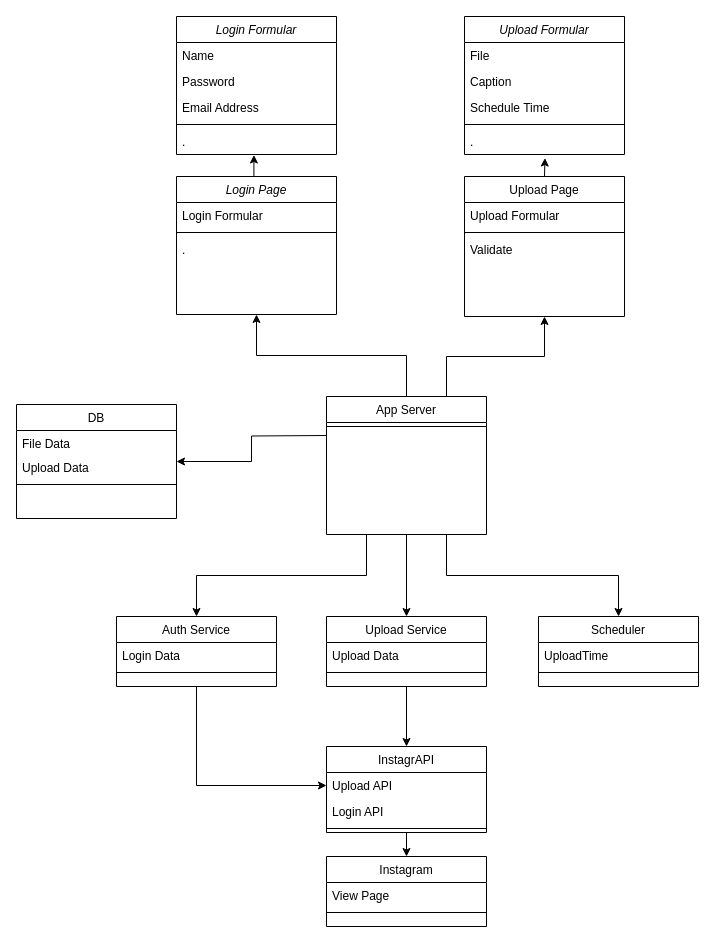
Before: komponenten.drawio in wi22215/Software-Engineering-Giesbrecht, a draw.io diagram. Source tidied: cells renumbered, new cells numbered last; positions are measured from the earlier drawing's top-left corner, leaving out a move shared by most shapes. Both pictures are drawn from the tidied source at 100%, with x=0, y=0 at pixel (16, 16).
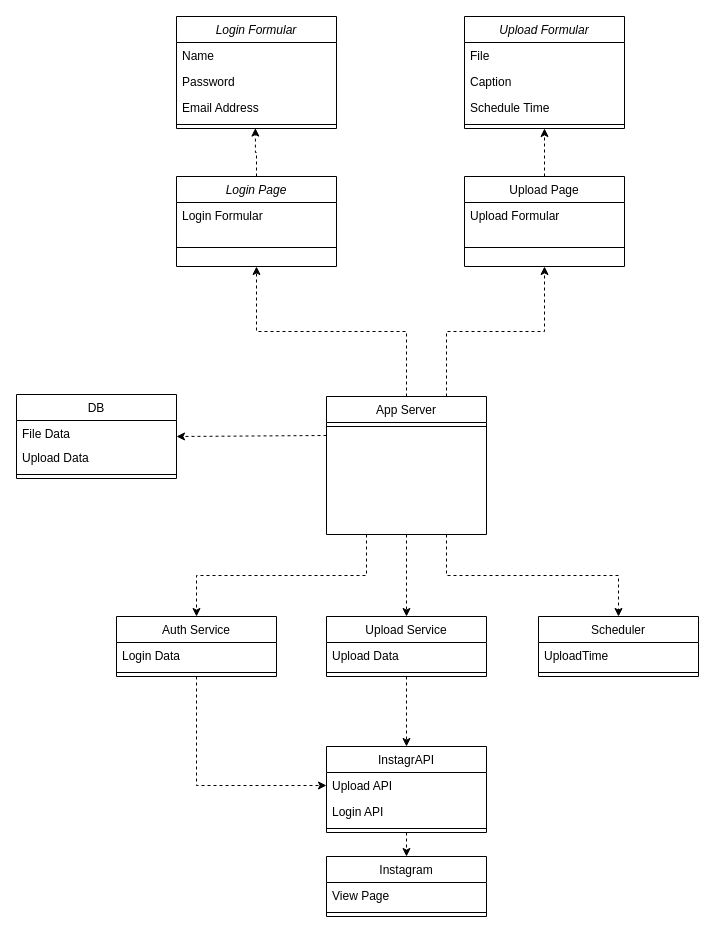
After the change.

Commit message:
komponenten diagramm updated

The change refers to these unchanged cells:
```xml
<mxCell id="11" value="App Server" style="swimlane;fontStyle=0;align=center;verticalAlign=top;horizontal=1;startSize=26;rounded=0;shadow=0;strokeWidth=1;" parent="1" vertex="1">
  <mxGeometry x="310" y="380" width="160" height="138" as="geometry" />
</mxCell>
<mxCell id="25" style="line;html=1;strokeWidth=1;align=left;verticalAlign=middle;spacingTop=-1;spacingLeft=3;spacingRight=3;labelPosition=right;points=[];portConstraint=eastwest;" parent="21" vertex="1">
  <mxGeometry y="104" width="160" height="8" as="geometry" />
</mxCell>
<mxCell id="41" value="InstagrAPI" style="swimlane;fontStyle=0;align=center;verticalAlign=top;horizontal=1;startSize=26;rounded=0;shadow=0;strokeWidth=1;" parent="1" vertex="1">
  <mxGeometry x="310" y="730" width="160" height="86" as="geometry" />
</mxCell>
<mxCell id="42" value="Upload API" style="text;align=left;verticalAlign=top;spacingLeft=4;spacingRight=4;overflow=hidden;points=[[0,0.5],[1,0.5]];portConstraint=eastwest;" parent="41" vertex="1">
  <mxGeometry y="26" width="160" height="26" as="geometry" />
</mxCell>
```

The edit, as a diff of the source:
```diff
@@
     <mxCell id="2" value="Login Page" style="swimlane;fontStyle=2;align=center;verticalAlign=top;horizontal=1;startSize=26;rounded=0;shadow=0;strokeWidth=1;" parent="1" vertex="1">
-      <mxGeometry x="160" y="160" width="160" height="138" as="geometry" />
+      <mxGeometry x="160" y="160" width="160" height="90" as="geometry" />
     </mxCell>
@@
     <mxCell id="4" style="line;html=1;strokeWidth=1;align=left;verticalAlign=middle;spacingTop=-1;spacingLeft=3;spacingRight=3;labelPosition=right;" parent="2" vertex="1">
-      <mxGeometry y="52" width="160" height="8" as="geometry" />
+      <mxGeometry y="52" width="160" height="38" as="geometry" />
     </mxCell>
-    <mxCell id="5" value="." style="text;align=left;verticalAlign=top;spacingLeft=4;spacingRight=4;overflow=hidden;" parent="2" vertex="1">
-      <mxGeometry y="60" width="160" height="26" as="geometry" />
-    </mxCell>
-    <mxCell id="6" style="edgeStyle=orthogonalEdgeStyle;rounded=0;jettySize=auto;html=1;exitX=0.5;exitY=0;exitDx=0;exitDy=0;entryX=0.5;entryY=1;entryDx=0;entryDy=0;" parent="1" edge="1" source="11" target="2">
+    <mxCell id="6" style="edgeStyle=orthogonalEdgeStyle;rounded=0;jettySize=auto;html=1;exitX=0.5;exitY=0;exitDx=0;exitDy=0;entryX=0.5;entryY=1;entryDx=0;entryDy=0;dashed=1;" parent="1" edge="1" source="11" target="2">
       <mxGeometry relative="1" as="geometry" />
     </mxCell>
-    <mxCell id="7" style="edgeStyle=orthogonalEdgeStyle;rounded=0;jettySize=auto;html=1;exitX=0.75;exitY=0;exitDx=0;exitDy=0;entryX=0.5;entryY=1;entryDx=0;entryDy=0;" parent="1" edge="1" source="11" target="17">
+    <mxCell id="7" style="edgeStyle=orthogonalEdgeStyle;rounded=0;jettySize=auto;html=1;exitX=0.75;exitY=0;exitDx=0;exitDy=0;entryX=0.5;entryY=1;entryDx=0;entryDy=0;dashed=1;" parent="1" edge="1" source="11" target="17">
       <mxGeometry relative="1" as="geometry" />
     </mxCell>
-    <mxCell id="8" style="edgeStyle=orthogonalEdgeStyle;rounded=0;jettySize=auto;html=1;exitX=0.25;exitY=1;exitDx=0;exitDy=0;entryX=0.5;entryY=0;entryDx=0;entryDy=0;" parent="1" edge="1" source="11" target="14">
+    <mxCell id="8" style="edgeStyle=orthogonalEdgeStyle;rounded=0;jettySize=auto;html=1;exitX=0.25;exitY=1;exitDx=0;exitDy=0;entryX=0.5;entryY=0;entryDx=0;entryDy=0;dashed=1;" parent="1" edge="1" source="11" target="14">
       <mxGeometry relative="1" as="geometry" />
     </mxCell>
-    <mxCell id="9" style="edgeStyle=orthogonalEdgeStyle;rounded=0;jettySize=auto;html=1;exitX=0.5;exitY=1;exitDx=0;exitDy=0;entryX=0.5;entryY=0;entryDx=0;entryDy=0;" parent="1" edge="1" source="11" target="34">
+    <mxCell id="9" style="edgeStyle=orthogonalEdgeStyle;rounded=0;jettySize=auto;html=1;exitX=0.5;exitY=1;exitDx=0;exitDy=0;entryX=0.5;entryY=0;entryDx=0;entryDy=0;dashed=1;" parent="1" edge="1" source="11" target="34">
       <mxGeometry relative="1" as="geometry" />
     </mxCell>
-    <mxCell id="10" style="edgeStyle=orthogonalEdgeStyle;rounded=0;jettySize=auto;html=1;exitX=0.75;exitY=1;exitDx=0;exitDy=0;entryX=0.5;entryY=0;entryDx=0;entryDy=0;" parent="1" edge="1" source="11" target="37">
+    <mxCell id="10" style="edgeStyle=orthogonalEdgeStyle;rounded=0;jettySize=auto;html=1;exitX=0.75;exitY=1;exitDx=0;exitDy=0;entryX=0.5;entryY=0;entryDx=0;entryDy=0;dashed=1;" parent="1" edge="1" source="11" target="37">
       <mxGeometry relative="1" as="geometry" />
     </mxCell>
@@
-    <mxCell id="13" style="edgeStyle=orthogonalEdgeStyle;rounded=0;jettySize=auto;html=1;exitX=0.5;exitY=1;exitDx=0;exitDy=0;entryX=0;entryY=0.5;entryDx=0;entryDy=0;" parent="1" edge="1" source="14" target="42">
+    <mxCell id="13" style="edgeStyle=orthogonalEdgeStyle;rounded=0;jettySize=auto;html=1;exitX=0.5;exitY=1;exitDx=0;exitDy=0;entryX=0;entryY=0.5;entryDx=0;entryDy=0;dashed=1;" parent="1" edge="1" source="14" target="42">
       <mxGeometry relative="1" as="geometry" />
     </mxCell>
     <mxCell id="14" value="Auth Service" style="swimlane;fontStyle=0;align=center;verticalAlign=top;horizontal=1;startSize=26;rounded=0;shadow=0;strokeWidth=1;" parent="1" vertex="1">
-      <mxGeometry x="100" y="600" width="160" height="70" as="geometry" />
+      <mxGeometry x="100" y="600" width="160" height="60" as="geometry" />
     </mxCell>
@@
     <mxCell id="17" value="Upload Page" style="swimlane;fontStyle=0;align=center;verticalAlign=top;horizontal=1;startSize=26;rounded=0;shadow=0;strokeWidth=1;" parent="1" vertex="1">
-      <mxGeometry x="448" y="160" width="160" height="140" as="geometry" />
+      <mxGeometry x="448" y="160" width="160" height="90" as="geometry" />
     </mxCell>
@@
     <mxCell id="19" style="line;html=1;strokeWidth=1;align=left;verticalAlign=middle;spacingTop=-1;spacingLeft=3;spacingRight=3;labelPosition=right;" parent="17" vertex="1">
-      <mxGeometry y="52" width="160" height="8" as="geometry" />
+      <mxGeometry y="52" width="160" height="38" as="geometry" />
     </mxCell>
-    <mxCell id="20" value="Validate" style="text;align=left;verticalAlign=top;spacingLeft=4;spacingRight=4;overflow=hidden;" parent="17" vertex="1">
-      <mxGeometry y="60" width="160" height="26" as="geometry" />
-    </mxCell>
     <mxCell id="21" value="Login Formular" style="swimlane;fontStyle=2;align=center;verticalAlign=top;horizontal=1;startSize=26;rounded=0;shadow=0;strokeWidth=1;" parent="1" vertex="1">
-      <mxGeometry x="160" width="160" height="138" as="geometry" />
+      <mxGeometry x="160" width="160" height="112" as="geometry" />
     </mxCell>
@@
-    <mxCell id="26" value="." style="text;align=left;verticalAlign=top;spacingLeft=4;spacingRight=4;overflow=hidden;points=[[0,0.5],[1,0.5]];portConstraint=eastwest;" parent="21" vertex="1">
-      <mxGeometry y="112" width="160" height="26" as="geometry" />
-    </mxCell>
     <mxCell id="27" value="Upload Formular" style="swimlane;fontStyle=2;align=center;verticalAlign=top;horizontal=1;startSize=26;rounded=0;shadow=0;strokeWidth=1;" parent="1" vertex="1">
-      <mxGeometry x="448" width="160" height="138" as="geometry" />
+      <mxGeometry x="448" width="160" height="112" as="geometry" />
     </mxCell>
@@
-    <mxCell id="32" value="." style="text;align=left;verticalAlign=top;spacingLeft=4;spacingRight=4;overflow=hidden;points=[[0,0.5],[1,0.5]];portConstraint=eastwest;" parent="27" vertex="1">
-      <mxGeometry y="112" width="160" height="26" as="geometry" />
-    </mxCell>
-    <mxCell id="33" style="edgeStyle=orthogonalEdgeStyle;rounded=0;jettySize=auto;html=1;exitX=0.5;exitY=1;exitDx=0;exitDy=0;entryX=0.5;entryY=0;entryDx=0;entryDy=0;" parent="1" edge="1" source="34" target="41">
+    <mxCell id="33" style="edgeStyle=orthogonalEdgeStyle;rounded=0;jettySize=auto;html=1;exitX=0.5;exitY=1;exitDx=0;exitDy=0;entryX=0.5;entryY=0;entryDx=0;entryDy=0;dashed=1;" parent="1" edge="1" source="34" target="41">
       <mxGeometry relative="1" as="geometry" />
     </mxCell>
     <mxCell id="34" value="Upload Service" style="swimlane;fontStyle=0;align=center;verticalAlign=top;horizontal=1;startSize=26;rounded=0;shadow=0;strokeWidth=1;" parent="1" vertex="1">
-      <mxGeometry x="310" y="600" width="160" height="70" as="geometry" />
+      <mxGeometry x="310" y="600" width="160" height="60" as="geometry" />
     </mxCell>
@@
     <mxCell id="37" value="Scheduler" style="swimlane;fontStyle=0;align=center;verticalAlign=top;horizontal=1;startSize=26;rounded=0;shadow=0;strokeWidth=1;" parent="1" vertex="1">
-      <mxGeometry x="522" y="600" width="160" height="70" as="geometry" />
+      <mxGeometry x="522" y="600" width="160" height="60" as="geometry" />
     </mxCell>
@@
-    <mxCell id="40" style="edgeStyle=orthogonalEdgeStyle;rounded=0;jettySize=auto;html=1;exitX=0.5;exitY=1;exitDx=0;exitDy=0;entryX=0.5;entryY=0;entryDx=0;entryDy=0;" parent="1" edge="1" source="41" target="51">
+    <mxCell id="40" style="edgeStyle=orthogonalEdgeStyle;rounded=0;jettySize=auto;html=1;exitX=0.5;exitY=1;exitDx=0;exitDy=0;entryX=0.5;entryY=0;entryDx=0;entryDy=0;dashed=1;" parent="1" edge="1" source="41" target="51">
       <mxGeometry relative="1" as="geometry" />
     </mxCell>
@@
     <mxCell id="45" value="DB" style="swimlane;fontStyle=0;align=center;verticalAlign=top;horizontal=1;startSize=26;rounded=0;shadow=0;strokeWidth=1;" parent="1" vertex="1">
-      <mxGeometry y="388" width="160" height="114" as="geometry" />
+      <mxGeometry y="378" width="160" height="84" as="geometry" />
     </mxCell>
@@
-    <mxCell id="49" style="edgeStyle=orthogonalEdgeStyle;rounded=0;jettySize=auto;html=1;exitX=0.5;exitY=0;exitDx=0;exitDy=0;entryX=0.484;entryY=1.019;entryDx=0;entryDy=0;entryPerimeter=0;" parent="1" edge="1" source="2" target="26">
+    <mxCell id="49" style="edgeStyle=orthogonalEdgeStyle;rounded=0;jettySize=auto;html=1;exitX=0.5;exitY=0;exitDx=0;exitDy=0;entryX=0.493;entryY=0.948;entryDx=0;entryDy=0;entryPerimeter=0;dashed=1;" parent="1" edge="1" source="2" target="25">
       <mxGeometry relative="1" as="geometry" />
     </mxCell>
-    <mxCell id="50" style="edgeStyle=orthogonalEdgeStyle;rounded=0;jettySize=auto;html=1;exitX=0.5;exitY=0;exitDx=0;exitDy=0;entryX=0.503;entryY=1.135;entryDx=0;entryDy=0;entryPerimeter=0;" parent="1" edge="1" source="17" target="32">
+    <mxCell id="50" style="edgeStyle=orthogonalEdgeStyle;rounded=0;jettySize=auto;html=1;exitX=0.5;exitY=0;exitDx=0;exitDy=0;entryX=0.5;entryY=1;entryDx=0;entryDy=0;dashed=1;" parent="1" edge="1" source="17" target="27">
       <mxGeometry relative="1" as="geometry" />
     </mxCell>
     <mxCell id="51" value="Instagram" style="swimlane;fontStyle=0;align=center;verticalAlign=top;horizontal=1;startSize=26;rounded=0;shadow=0;strokeWidth=1;" parent="1" vertex="1">
-      <mxGeometry x="310" y="840" width="160" height="70" as="geometry" />
+      <mxGeometry x="310" y="840" width="160" height="60" as="geometry" />
     </mxCell>
@@
-    <mxCell id="54" style="edgeStyle=orthogonalEdgeStyle;rounded=0;jettySize=auto;html=1;exitX=0;exitY=0.5;exitDx=0;exitDy=0;entryX=1;entryY=0.5;entryDx=0;entryDy=0;" parent="1" edge="1" target="45">
+    <mxCell id="54" style="edgeStyle=orthogonalEdgeStyle;rounded=0;jettySize=auto;html=1;exitX=0;exitY=0.5;exitDx=0;exitDy=0;entryX=1;entryY=0.5;entryDx=0;entryDy=0;dashed=1;" parent="1" edge="1" target="45">
       <mxGeometry relative="1" as="geometry">
         <mxPoint x="310" y="419" as="sourcePoint" />
       </mxGeometry>
     </mxCell>
```
